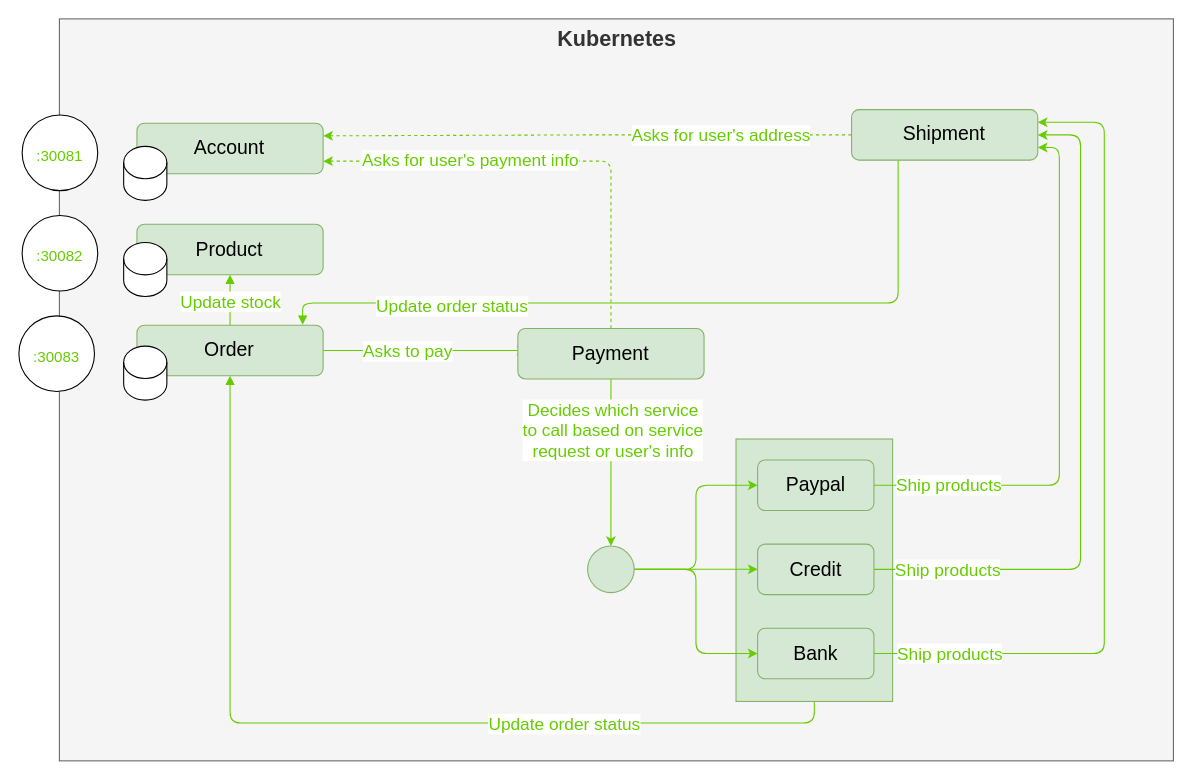
This is assignment.drawio from sainturb/miu-sa_rental-apartment, a draw.io file, before an edit. Source tidied: cells renumbered, new cells numbered last; positions are measured from the earlier drawing's top-left corner, leaving out a move shared by most shapes. Both pictures are drawn from the tidied source at 108%, with x=0, y=0 at pixel (18, 18).
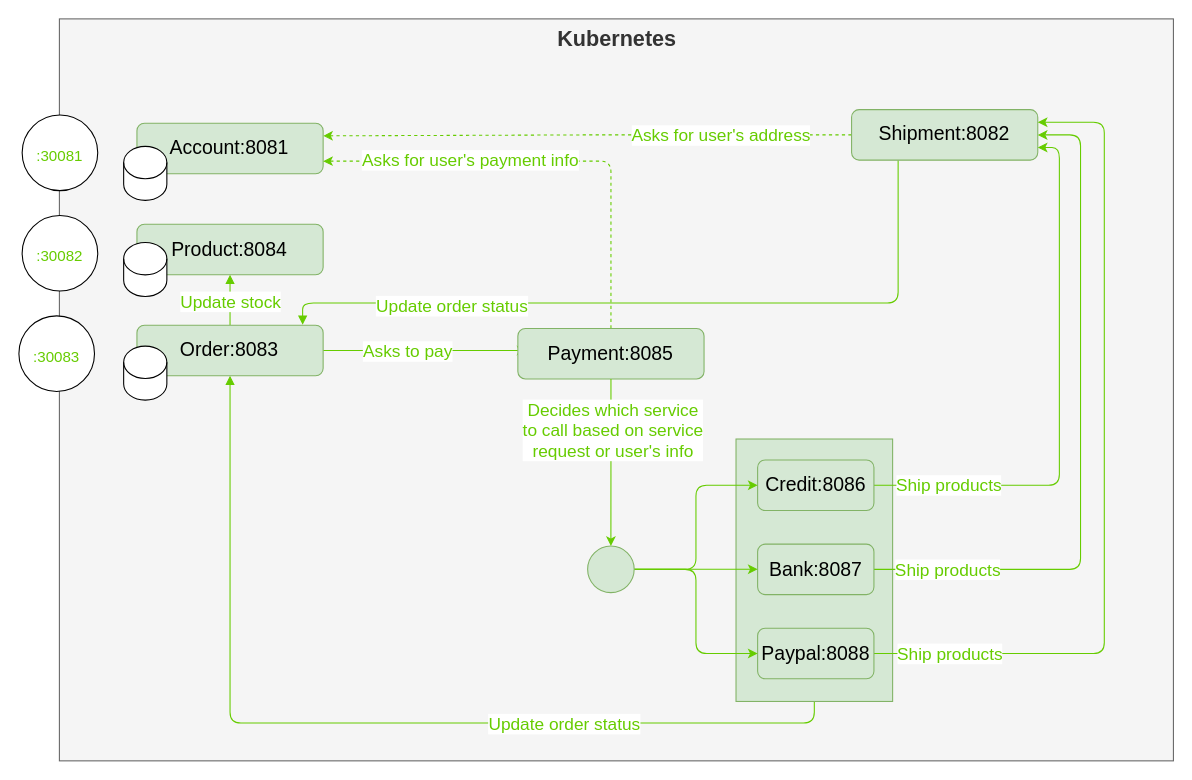
After the change.

The edit, as a diff of the source:
```diff
@@
-    <mxCell id="10" value="Shipment" style="rounded=1;whiteSpace=wrap;html=1;fillColor=#d5e8d4;strokeColor=#82b366;fontSize=18;" parent="1" vertex="1">
+    <mxCell id="10" value="Shipment:8082" style="rounded=1;whiteSpace=wrap;html=1;fillColor=#d5e8d4;strokeColor=#82b366;fontSize=18;" parent="1" vertex="1">
       <mxGeometry x="771" y="84" width="172.4" height="46.8" as="geometry" />
     </mxCell>
@@
-    <mxCell id="17" value="Account" style="rounded=1;whiteSpace=wrap;html=1;fillColor=#d5e8d4;strokeColor=#82b366;fontSize=18;" parent="1" vertex="1">
+    <mxCell id="17" value="Account:8081" style="rounded=1;whiteSpace=wrap;html=1;fillColor=#d5e8d4;strokeColor=#82b366;fontSize=18;" parent="1" vertex="1">
       <mxGeometry x="109.3" y="96.6" width="172.4" height="46.8" as="geometry" />
     </mxCell>
-    <mxCell id="18" value="Product" style="rounded=1;whiteSpace=wrap;html=1;fillColor=#d5e8d4;strokeColor=#82b366;fontSize=18;" parent="1" vertex="1">
+    <mxCell id="18" value="Product:8084" style="rounded=1;whiteSpace=wrap;html=1;fillColor=#d5e8d4;strokeColor=#82b366;fontSize=18;" parent="1" vertex="1">
       <mxGeometry x="109.3" y="190.1" width="172.4" height="46.8" as="geometry" />
     </mxCell>
@@
-    <mxCell id="23" value="Order" style="rounded=1;whiteSpace=wrap;html=1;fillColor=#d5e8d4;strokeColor=#82b366;fontSize=18;" parent="1" vertex="1">
+    <mxCell id="23" value="Order:8083" style="rounded=1;whiteSpace=wrap;html=1;fillColor=#d5e8d4;strokeColor=#82b366;fontSize=18;" parent="1" vertex="1">
       <mxGeometry x="109.3" y="283.6" width="172.4" height="46.8" as="geometry" />
     </mxCell>
@@
-    <mxCell id="26" value="Payment" style="rounded=1;whiteSpace=wrap;html=1;fillColor=#d5e8d4;strokeColor=#82b366;fontSize=18;" parent="1" vertex="1">
+    <mxCell id="26" value="Payment:8085" style="rounded=1;whiteSpace=wrap;html=1;fillColor=#d5e8d4;strokeColor=#82b366;fontSize=18;" parent="1" vertex="1">
       <mxGeometry x="462" y="286.6" width="172.4" height="46.8" as="geometry" />
     </mxCell>
-    <mxCell id="27" value="Paypal" style="rounded=1;whiteSpace=wrap;html=1;fillColor=#d5e8d4;strokeColor=#82b366;fontSize=18;" parent="1" vertex="1">
+    <mxCell id="27" value="Credit:8086" style="rounded=1;whiteSpace=wrap;html=1;fillColor=#d5e8d4;strokeColor=#82b366;fontSize=18;" parent="1" vertex="1">
       <mxGeometry x="684" y="408.4" width="107.7" height="46.8" as="geometry" />
     </mxCell>
-    <mxCell id="28" value="Credit" style="rounded=1;whiteSpace=wrap;html=1;fillColor=#d5e8d4;strokeColor=#82b366;fontSize=18;" parent="1" vertex="1">
+    <mxCell id="28" value="Bank:8087" style="rounded=1;whiteSpace=wrap;html=1;fillColor=#d5e8d4;strokeColor=#82b366;fontSize=18;" parent="1" vertex="1">
       <mxGeometry x="684" y="486.3" width="107.7" height="46.8" as="geometry" />
     </mxCell>
-    <mxCell id="29" value="Bank" style="rounded=1;whiteSpace=wrap;html=1;fillColor=#d5e8d4;strokeColor=#82b366;fontSize=18;" parent="1" vertex="1">
+    <mxCell id="29" value="Paypal:8088" style="rounded=1;whiteSpace=wrap;html=1;fillColor=#d5e8d4;strokeColor=#82b366;fontSize=18;" parent="1" vertex="1">
       <mxGeometry x="684" y="564.2" width="107.7" height="46.8" as="geometry" />
     </mxCell>
```
